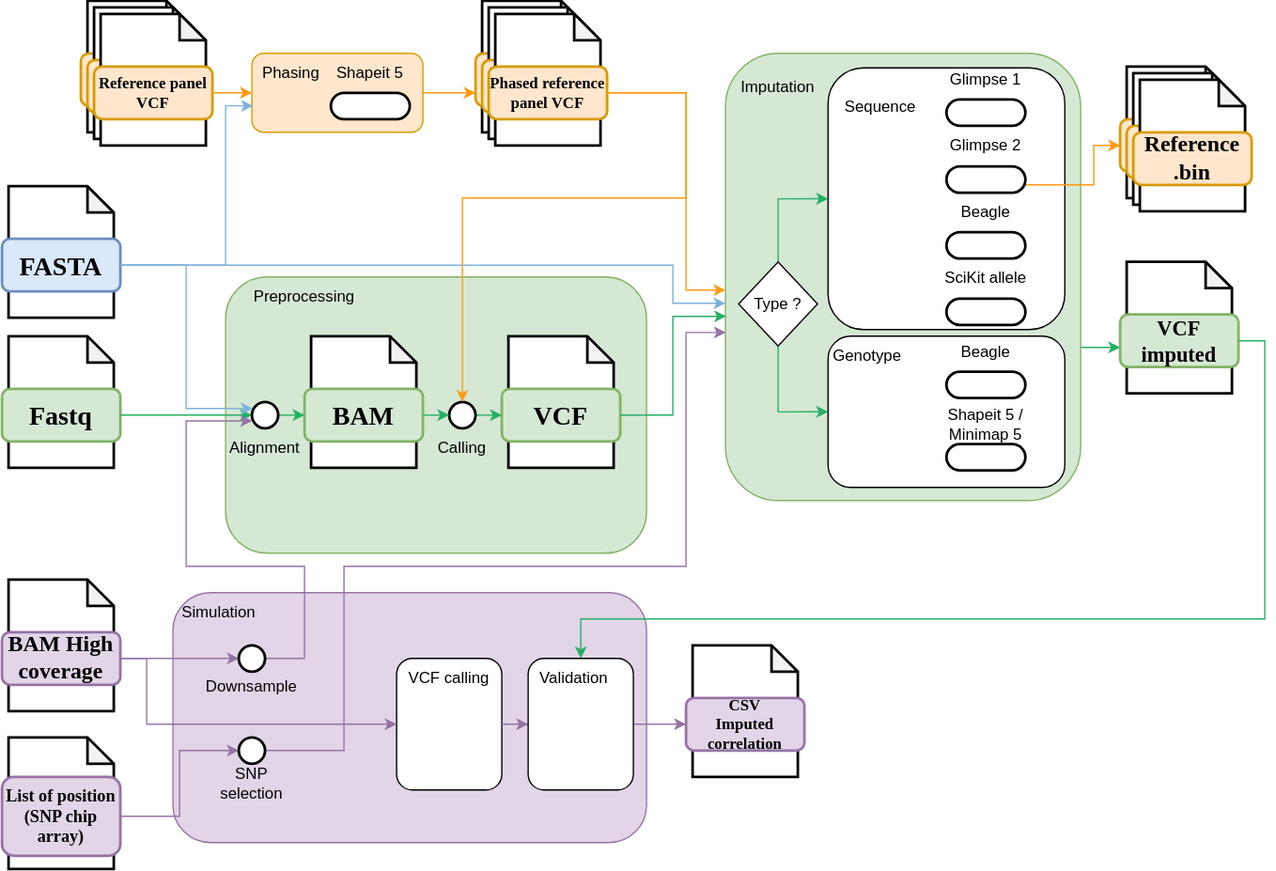
This is docs/metro_map.drawio.svg from nf-core/phaseimpute, a draw.io export, as it was before one commit. Source tidied: cells renumbered, new cells last; positions are measured from the earlier drawing's top-left corner, leaving out a move shared by most shapes.
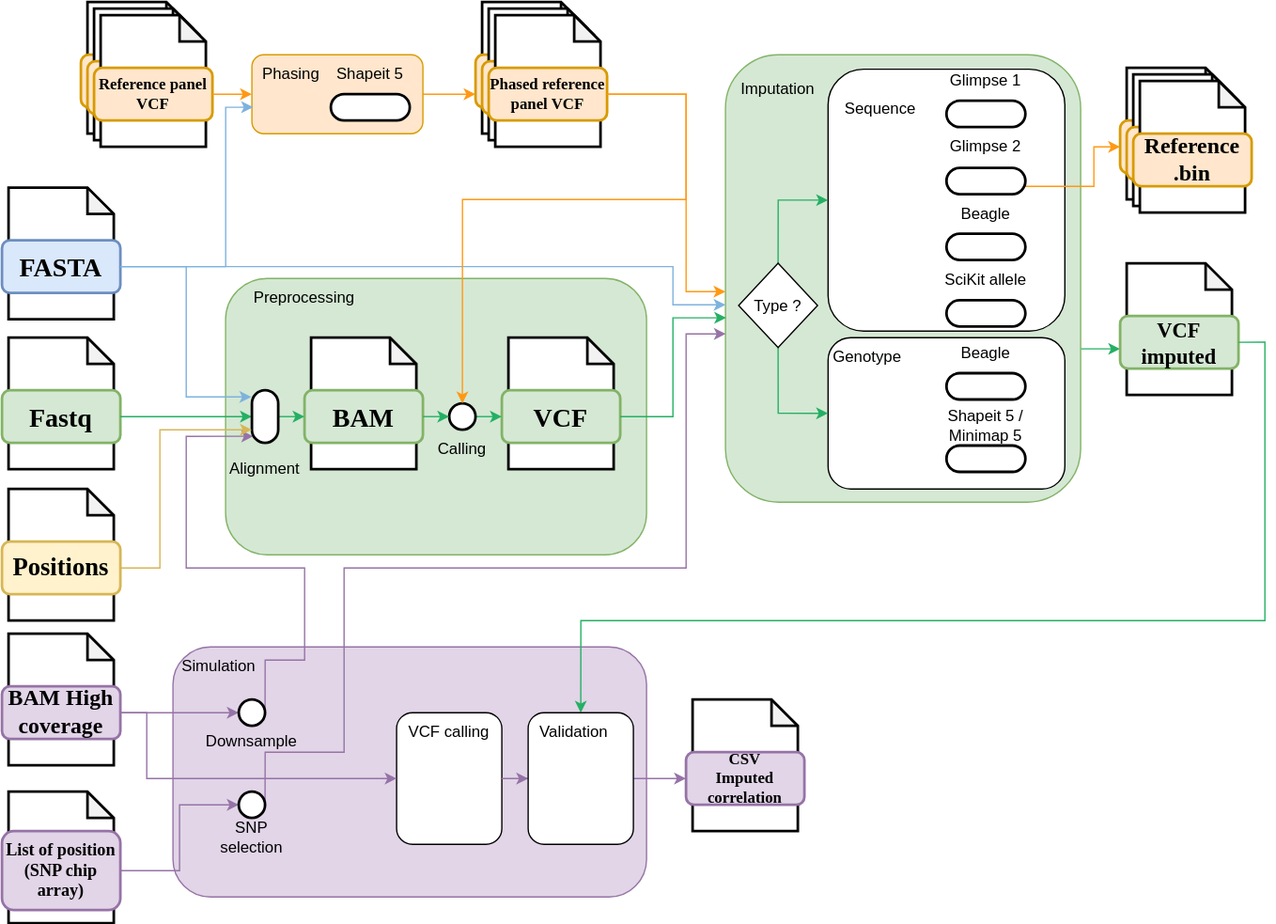
Later version of the same file.

Diff of the diagram source:
```diff
@@ -3,7 +3,7 @@
     <mxCell id="0" />
     <mxCell id="1" parent="0" />
     <mxCell id="2" style="rounded=1;whiteSpace=wrap;html=1;fillColor=#e1d5e7;strokeColor=#9673a6;" parent="1" vertex="1">
-      <mxGeometry x="130" y="450" width="360" height="190" as="geometry" />
+      <mxGeometry x="130" y="490" width="360" height="190" as="geometry" />
     </mxCell>
     <mxCell id="3" style="rounded=1;whiteSpace=wrap;html=1;fillColor=#d5e8d4;strokeColor=#82b366;" parent="1" vertex="1">
       <mxGeometry x="170" y="210" width="320" height="210" as="geometry" />
@@ -124,7 +124,7 @@
       <mxGeometry x="10" y="50" width="90" height="40" as="geometry" />
     </mxCell>
     <mxCell id="38" style="group;" parent="1" vertex="1">
-      <mxGeometry y="440" width="90" height="100" as="geometry" />
+      <mxGeometry y="480" width="90" height="100" as="geometry" />
     </mxCell>
     <mxCell id="39" style="shape=note;whiteSpace=wrap;html=1;backgroundOutline=1;darkOpacity=0.05;rounded=1;size=20;strokeWidth=2;" parent="38" vertex="1">
       <mxGeometry x="5" width="80" height="100" as="geometry" />
@@ -133,7 +133,7 @@
       <mxGeometry y="40" width="90" height="40" as="geometry" />
     </mxCell>
     <mxCell id="41" value="Simulation" style="text;html=1;strokeColor=none;fillColor=none;align=center;verticalAlign=middle;whiteSpace=wrap;rounded=0;" parent="1" vertex="1">
-      <mxGeometry x="130" y="450" width="70" height="30" as="geometry" />
+      <mxGeometry x="130" y="490" width="70" height="30" as="geometry" />
     </mxCell>
     <mxCell id="42" style="edgeStyle=orthogonalEdgeStyle;rounded=0;jettySize=auto;html=1;exitX=0.5;exitY=0;exitDx=0;exitDy=0;entryX=0;entryY=0.5;entryDx=0;entryDy=0;strokeColor=#24B064;" parent="1" edge="1" source="44" target="6">
       <mxGeometry relative="1" as="geometry" />
@@ -147,8 +147,10 @@
     <mxCell id="45" value="Preprocessing" style="text;html=1;strokeColor=none;fillColor=none;align=center;verticalAlign=middle;whiteSpace=wrap;rounded=0;" parent="1" vertex="1">
       <mxGeometry x="170" y="210" width="120" height="30" as="geometry" />
     </mxCell>
-    <mxCell id="46" style="edgeStyle=orthogonalEdgeStyle;rounded=0;jettySize=auto;html=1;exitX=1;exitY=0.5;exitDx=0;exitDy=0;entryX=0;entryY=0.5;entryDx=0;entryDy=0;strokeColor=#24B064;" parent="1" edge="1" source="9" target="77">
-      <mxGeometry relative="1" as="geometry" />
+    <mxCell id="46" style="edgeStyle=orthogonalEdgeStyle;rounded=0;jettySize=auto;html=1;exitX=1;exitY=0.5;exitDx=0;exitDy=0;entryX=0;entryY=0.5;entryDx=0;entryDy=0;strokeColor=#24B064;" parent="1" edge="1" source="9">
+      <mxGeometry relative="1" as="geometry">
+        <mxPoint x="190" y="315" as="targetPoint" />
+      </mxGeometry>
     </mxCell>
     <mxCell id="47" style="edgeStyle=orthogonalEdgeStyle;rounded=0;jettySize=auto;html=1;exitX=1;exitY=0.5;exitDx=0;exitDy=0;entryX=0;entryY=0.5;entryDx=0;entryDy=0;fillColor=#e1d5e7;strokeColor=#9673a6;" parent="1" edge="1" source="106" target="96">
       <mxGeometry relative="1" as="geometry" />
@@ -246,12 +248,12 @@
         </Array>
       </mxGeometry>
     </mxCell>
-    <mxCell id="74" style="edgeStyle=orthogonalEdgeStyle;rounded=0;jettySize=auto;html=1;exitX=1;exitY=0.5;exitDx=0;exitDy=0;entryX=0.023;entryY=0.255;entryDx=0;entryDy=0;strokeColor=#7EB2DD;entryPerimeter=0;" parent="1" edge="1" source="69" target="77">
+    <mxCell id="74" style="edgeStyle=orthogonalEdgeStyle;rounded=0;jettySize=auto;html=1;exitX=1;exitY=0.5;exitDx=0;exitDy=0;entryX=-0.024;entryY=0.149;entryDx=0;entryDy=0;strokeColor=#7EB2DD;entryPerimeter=0;" parent="1" edge="1" source="69" target="113">
       <mxGeometry relative="1" as="geometry">
         <Array as="points">
           <mxPoint x="140" y="201" />
-          <mxPoint x="140" y="310" />
-          <mxPoint x="191" y="310" />
+          <mxPoint x="140" y="300" />
+          <mxPoint x="190" y="300" />
         </Array>
       </mxGeometry>
     </mxCell>
@@ -265,12 +267,11 @@
         </Array>
       </mxGeometry>
     </mxCell>
-    <mxCell id="76" style="edgeStyle=orthogonalEdgeStyle;rounded=0;jettySize=auto;html=1;exitX=1;exitY=0.5;exitDx=0;exitDy=0;entryX=0;entryY=0.5;entryDx=0;entryDy=0;strokeColor=#24B064;" parent="1" edge="1" source="77" target="72">
-      <mxGeometry relative="1" as="geometry" />
+    <mxCell id="76" style="edgeStyle=orthogonalEdgeStyle;rounded=0;jettySize=auto;html=1;exitX=1;exitY=0.5;exitDx=0;exitDy=0;entryX=0;entryY=0.5;entryDx=0;entryDy=0;strokeColor=#24B064;" parent="1" edge="1" target="72">
+      <mxGeometry relative="1" as="geometry">
+        <mxPoint x="210" y="315" as="sourcePoint" />
+      </mxGeometry>
     </mxCell>
-    <mxCell id="77" style="ellipse;whiteSpace=wrap;html=1;rounded=1;rotation=0;strokeWidth=2;" parent="1" vertex="1">
-      <mxGeometry x="190" y="305" width="20" height="20" as="geometry" />
-    </mxCell>
     <mxCell id="78" style="group;" parent="1" vertex="1">
       <mxGeometry x="380" y="255" width="90" height="100" as="geometry" />
     </mxCell>
@@ -301,21 +302,22 @@
     <mxCell id="85" style="edgeStyle=orthogonalEdgeStyle;rounded=0;jettySize=auto;html=1;exitX=1;exitY=0.5;exitDx=0;exitDy=0;entryX=0;entryY=0.5;entryDx=0;entryDy=0;strokeColor=#9673a6;fillColor=#e1d5e7;" parent="1" edge="1" source="40" target="92">
       <mxGeometry relative="1" as="geometry" />
     </mxCell>
-    <mxCell id="86" style="edgeStyle=orthogonalEdgeStyle;rounded=0;jettySize=auto;html=1;entryX=0.012;entryY=0.72;entryDx=0;entryDy=0;strokeColor=#9673a6;entryPerimeter=0;fillColor=#e1d5e7;exitX=1;exitY=0.5;exitDx=0;exitDy=0;" parent="1" edge="1" source="92" target="77">
+    <mxCell id="86" style="edgeStyle=orthogonalEdgeStyle;rounded=0;jettySize=auto;html=1;entryX=0.051;entryY=0.874;entryDx=0;entryDy=0;strokeColor=#9673a6;entryPerimeter=0;fillColor=#e1d5e7;exitX=1;exitY=0.5;exitDx=0;exitDy=0;" parent="1" edge="1" source="92" target="113">
       <mxGeometry relative="1" as="geometry">
         <Array as="points">
+          <mxPoint x="200" y="500" />
           <mxPoint x="230" y="500" />
           <mxPoint x="230" y="430" />
           <mxPoint x="140" y="430" />
-          <mxPoint x="140" y="319" />
+          <mxPoint x="140" y="330" />
         </Array>
       </mxGeometry>
     </mxCell>
     <mxCell id="87" style="rounded=1;whiteSpace=wrap;html=1;" parent="1" vertex="1">
-      <mxGeometry x="300" y="500" width="80" height="100" as="geometry" />
+      <mxGeometry x="300" y="540" width="80" height="100" as="geometry" />
     </mxCell>
     <mxCell id="88" value="VCF calling" style="text;html=1;strokeColor=none;fillColor=none;align=center;verticalAlign=middle;whiteSpace=wrap;rounded=0;" parent="1" vertex="1">
-      <mxGeometry x="300" y="500" width="80" height="30" as="geometry" />
+      <mxGeometry x="300" y="540" width="80" height="30" as="geometry" />
     </mxCell>
     <mxCell id="89" style="edgeStyle=orthogonalEdgeStyle;rounded=0;jettySize=auto;html=1;exitX=1;exitY=0.5;exitDx=0;exitDy=0;entryX=0.002;entryY=0.588;entryDx=0;entryDy=0;strokeColor=#24B064;entryPerimeter=0;" parent="1" edge="1" source="80" target="5">
       <mxGeometry relative="1" as="geometry">
@@ -332,13 +334,13 @@
       <mxGeometry x="708" y="196" width="80" height="30" as="geometry" />
     </mxCell>
     <mxCell id="92" style="ellipse;whiteSpace=wrap;html=1;rounded=1;rotation=0;strokeWidth=2;" parent="1" vertex="1">
-      <mxGeometry x="180" y="490" width="20" height="20" as="geometry" />
+      <mxGeometry x="180" y="530" width="20" height="20" as="geometry" />
     </mxCell>
     <mxCell id="93" value="Downsample" style="text;html=1;strokeColor=none;fillColor=none;align=center;verticalAlign=middle;whiteSpace=wrap;rounded=0;" parent="1" vertex="1">
-      <mxGeometry x="160" y="507" width="60" height="30" as="geometry" />
+      <mxGeometry x="160" y="547" width="60" height="30" as="geometry" />
     </mxCell>
     <mxCell id="94" style="group;" parent="1" vertex="1">
-      <mxGeometry x="520" y="490" width="90" height="100" as="geometry" />
+      <mxGeometry x="520" y="530" width="90" height="100" as="geometry" />
     </mxCell>
     <mxCell id="95" style="shape=note;whiteSpace=wrap;html=1;backgroundOutline=1;darkOpacity=0.05;rounded=1;size=20;strokeWidth=2;" parent="94" vertex="1">
       <mxGeometry x="5" width="80" height="100" as="geometry" />
@@ -347,7 +349,7 @@
       <mxGeometry y="40" width="90" height="40" as="geometry" />
     </mxCell>
     <mxCell id="97" style="group;" parent="1" vertex="1">
-      <mxGeometry y="560" width="90" height="100" as="geometry" />
+      <mxGeometry y="600" width="90" height="100" as="geometry" />
     </mxCell>
     <mxCell id="98" style="shape=note;whiteSpace=wrap;html=1;backgroundOutline=1;darkOpacity=0.05;rounded=1;size=20;strokeWidth=2;" parent="97" vertex="1">
       <mxGeometry x="5" width="80" height="100" as="geometry" />
@@ -369,16 +371,16 @@
       </mxGeometry>
     </mxCell>
     <mxCell id="102" style="ellipse;whiteSpace=wrap;html=1;rounded=1;rotation=0;strokeWidth=2;" parent="1" vertex="1">
-      <mxGeometry x="180" y="560" width="20" height="20" as="geometry" />
+      <mxGeometry x="180" y="600" width="20" height="20" as="geometry" />
     </mxCell>
     <mxCell id="103" value="SNP selection" style="text;html=1;strokeColor=none;fillColor=none;align=center;verticalAlign=middle;whiteSpace=wrap;rounded=0;" parent="1" vertex="1">
-      <mxGeometry x="160" y="580" width="60" height="30" as="geometry" />
+      <mxGeometry x="160" y="620" width="60" height="30" as="geometry" />
     </mxCell>
     <mxCell id="104" style="edgeStyle=orthogonalEdgeStyle;rounded=0;jettySize=auto;html=1;exitX=1;exitY=0.5;exitDx=0;exitDy=0;entryX=0;entryY=0.5;entryDx=0;entryDy=0;fillColor=#e1d5e7;strokeColor=#9673a6;" parent="1" edge="1" source="40" target="87">
       <mxGeometry relative="1" as="geometry">
         <Array as="points">
-          <mxPoint x="110" y="500" />
-          <mxPoint x="110" y="550" />
+          <mxPoint x="110" y="540" />
+          <mxPoint x="110" y="590" />
         </Array>
       </mxGeometry>
     </mxCell>
@@ -386,16 +388,36 @@
       <mxGeometry relative="1" as="geometry" />
     </mxCell>
     <mxCell id="106" style="rounded=1;whiteSpace=wrap;html=1;" parent="1" vertex="1">
-      <mxGeometry x="400" y="500" width="80" height="100" as="geometry" />
+      <mxGeometry x="400" y="540" width="80" height="100" as="geometry" />
     </mxCell>
     <mxCell id="107" value="Validation" style="text;html=1;strokeColor=none;fillColor=none;align=center;verticalAlign=middle;whiteSpace=wrap;rounded=0;" parent="1" vertex="1">
-      <mxGeometry x="400" y="500" width="70" height="30" as="geometry" />
+      <mxGeometry x="400" y="540" width="70" height="30" as="geometry" />
     </mxCell>
     <mxCell id="108" value="Alignment" style="text;html=1;strokeColor=none;fillColor=none;align=center;verticalAlign=middle;whiteSpace=wrap;rounded=0;" parent="1" vertex="1">
-      <mxGeometry x="170" y="325" width="60" height="30" as="geometry" />
+      <mxGeometry x="170" y="340" width="60" height="30" as="geometry" />
     </mxCell>
     <mxCell id="109" value="Calling" style="text;html=1;strokeColor=none;fillColor=none;align=center;verticalAlign=middle;whiteSpace=wrap;rounded=0;" parent="1" vertex="1">
       <mxGeometry x="320" y="325" width="60" height="30" as="geometry" />
     </mxCell>
+    <mxCell id="110" style="group;" parent="1" vertex="1">
+      <mxGeometry y="370" width="90" height="100" as="geometry" />
+    </mxCell>
+    <mxCell id="111" style="shape=note;whiteSpace=wrap;html=1;backgroundOutline=1;darkOpacity=0.05;rounded=1;size=20;strokeWidth=2;" parent="110" vertex="1">
+      <mxGeometry x="5" width="80" height="100" as="geometry" />
+    </mxCell>
+    <mxCell id="112" value="&lt;font size=&quot;1&quot; face=&quot;Maven Pro&quot;&gt;&lt;b style=&quot;font-size: 19px;&quot;&gt;Positions&lt;/b&gt;&lt;/font&gt;" style="rounded=1;whiteSpace=wrap;html=1;strokeWidth=2;fillColor=#fff2cc;strokeColor=#d6b656;" parent="110" vertex="1">
+      <mxGeometry y="40" width="90" height="40" as="geometry" />
+    </mxCell>
+    <mxCell id="113" style="rounded=1;whiteSpace=wrap;html=1;strokeWidth=2;arcSize=50;" parent="1" vertex="1">
+      <mxGeometry x="190" y="295" width="20" height="40" as="geometry" />
+    </mxCell>
+    <mxCell id="114" style="edgeStyle=orthogonalEdgeStyle;rounded=0;jettySize=auto;html=1;exitX=1;exitY=0.5;exitDx=0;exitDy=0;entryX=0;entryY=0.75;entryDx=0;entryDy=0;fillColor=#fff2cc;strokeColor=#d6b656;" parent="1" edge="1" source="112" target="113">
+      <mxGeometry relative="1" as="geometry">
+        <Array as="points">
+          <mxPoint x="120" y="430" />
+          <mxPoint x="120" y="325" />
+        </Array>
+      </mxGeometry>
+    </mxCell>
   </root>
 </mxGraphModel>
```
